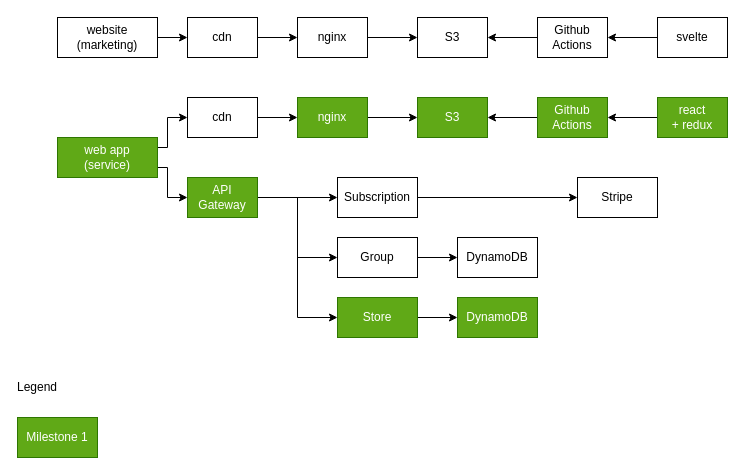
Before: docs/architecture.drawio in jbebe/lowpass, a draw.io diagram. Source tidied: cells renumbered, new cells numbered last; positions are measured from the earlier drawing's top-left corner, leaving out a move shared by most shapes. Both pictures are drawn from the tidied source at 100%, with x=0, y=0 at pixel (17, 17).
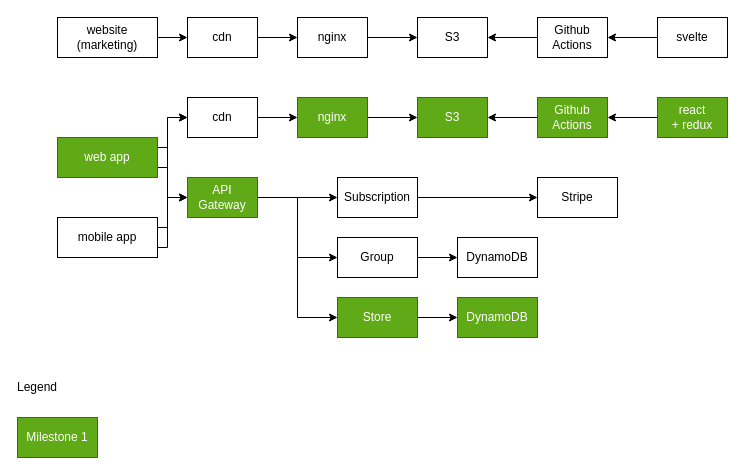
Above is the later version.

Unchanged cells that the change refers to:
```xml
<mxCell id="17" value="cdn" style="rounded=0;whiteSpace=wrap;html=1;" parent="1" vertex="1">
  <mxGeometry x="170" y="80" width="70" height="40" as="geometry" />
</mxCell>
<mxCell id="28" value="API Gateway" style="rounded=0;whiteSpace=wrap;html=1;fillColor=#60a917;strokeColor=#2D7600;fontColor=#ffffff;" parent="1" vertex="1">
  <mxGeometry x="170" y="160" width="70" height="40" as="geometry" />
</mxCell>
```

Change to the diagram source:
```diff
@@
-    <mxCell id="15" value="web app&lt;br&gt;(service)" style="rounded=0;whiteSpace=wrap;html=1;fillColor=#60a917;strokeColor=#2D7600;fontColor=#ffffff;" parent="1" vertex="1">
+    <mxCell id="15" value="web app" style="rounded=0;whiteSpace=wrap;html=1;fillColor=#60a917;strokeColor=#2D7600;fontColor=#ffffff;" parent="1" vertex="1">
       <mxGeometry x="40" y="120" width="100" height="40" as="geometry" />
     </mxCell>
@@
     <mxCell id="35" value="Stripe" style="rounded=0;whiteSpace=wrap;html=1;" parent="1" vertex="1">
-      <mxGeometry x="560" y="160" width="80" height="40" as="geometry" />
+      <mxGeometry x="520" y="160" width="80" height="40" as="geometry" />
     </mxCell>
@@
+    <mxCell id="40" style="edgeStyle=orthogonalEdgeStyle;rounded=0;jettySize=auto;html=1;exitX=1;exitY=0.25;exitDx=0;exitDy=0;entryX=0;entryY=0.5;entryDx=0;entryDy=0;" parent="1" edge="1" source="42" target="17">
+      <mxGeometry relative="1" as="geometry">
+        <Array as="points">
+          <mxPoint x="150" y="210" />
+          <mxPoint x="150" y="100" />
+        </Array>
+      </mxGeometry>
+    </mxCell>
+    <mxCell id="41" style="edgeStyle=orthogonalEdgeStyle;rounded=0;jettySize=auto;html=1;exitX=1;exitY=0.75;exitDx=0;exitDy=0;entryX=0;entryY=0.5;entryDx=0;entryDy=0;" parent="1" edge="1" source="42" target="28">
+      <mxGeometry relative="1" as="geometry">
+        <Array as="points">
+          <mxPoint x="150" y="230" />
+          <mxPoint x="150" y="180" />
+        </Array>
+      </mxGeometry>
+    </mxCell>
+    <mxCell id="42" value="mobile app" style="rounded=0;whiteSpace=wrap;html=1;" parent="1" vertex="1">
+      <mxGeometry x="40" y="200" width="100" height="40" as="geometry" />
+    </mxCell>
```
